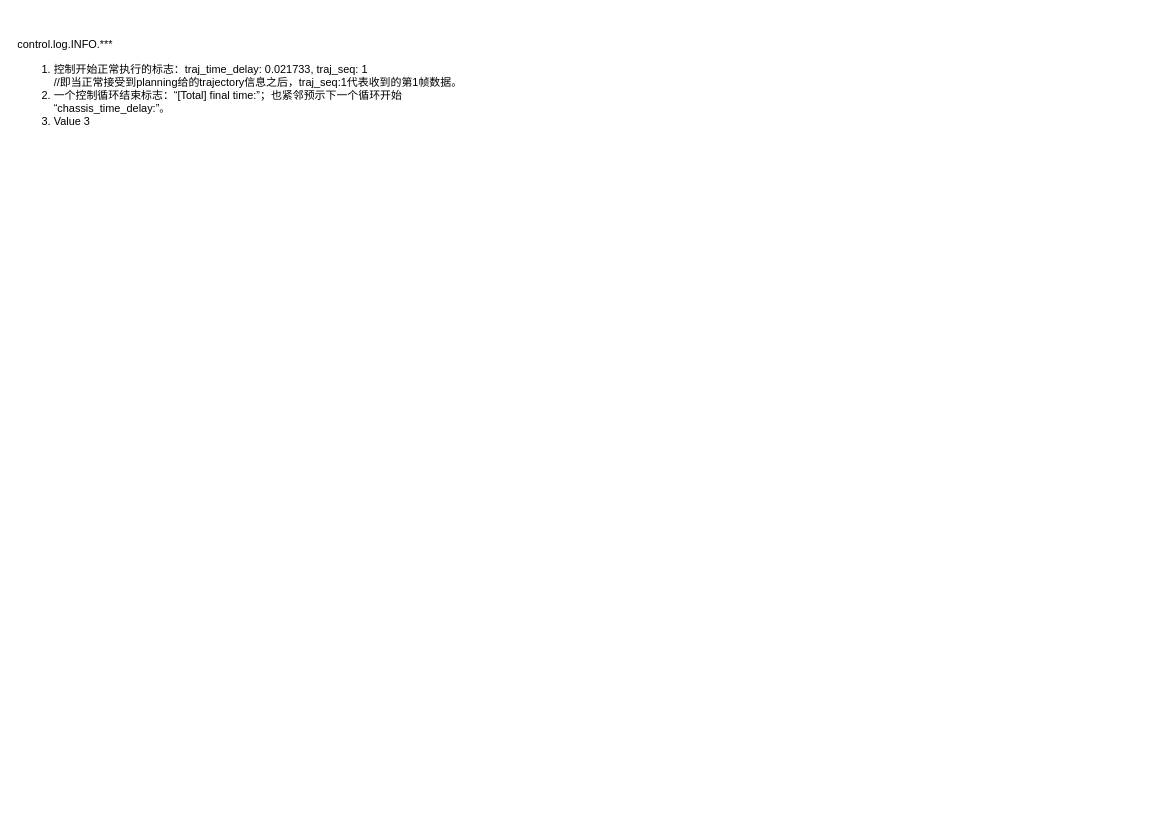
The draw.io diagram page "log analysis" (12 of 15) of neolix/control/controller_program_flow_chart.drawio in Gavinli-lgf/studyNotes, before the edit. Source tidied: cells renumbered, new cells numbered last; positions are measured from the earlier drawing's top-left corner, leaving out a move shared by most shapes. Both pictures are drawn from the tidied source at 91%, with x=0, y=0 at pixel (15, 15).
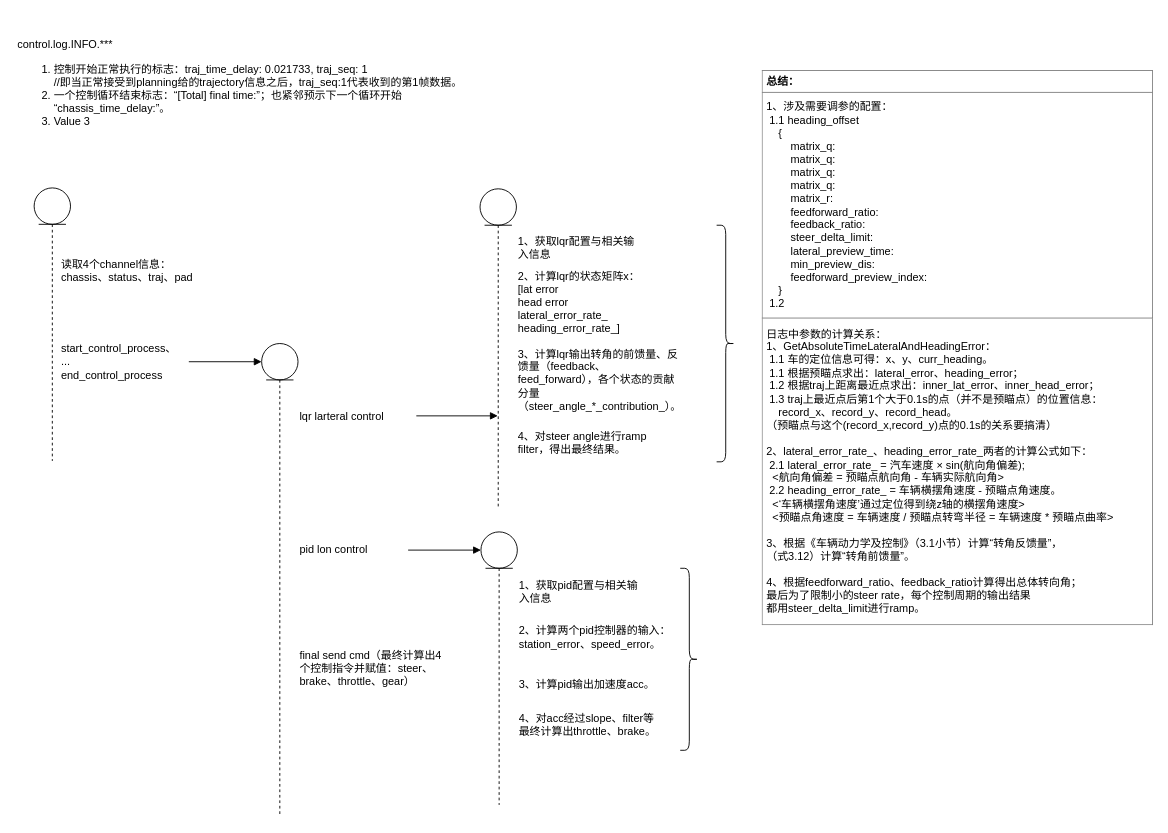
After the change.

The edit, as a diff of the source:
```diff
@@
+    <mxCell id="3" style="shape=umlLifeline;participant=umlEntity;perimeter=lifelinePerimeter;whiteSpace=wrap;html=1;verticalAlign=top;spacingTop=36;" parent="1" vertex="1">
+      <mxGeometry x="20" y="189" width="40" height="300" as="geometry" />
+    </mxCell>
+    <mxCell id="4" value="&lt;div align=&quot;left&quot;&gt;读取4个channel信息：&lt;/div&gt;&lt;div align=&quot;left&quot;&gt;chassis、status、traj、pad&lt;/div&gt;" style="text;html=1;strokeColor=none;fillColor=none;align=left;verticalAlign=middle;whiteSpace=wrap;rounded=0;" parent="1" vertex="1">
+      <mxGeometry x="48" y="260" width="170" height="40" as="geometry" />
+    </mxCell>
+    <mxCell id="5" value="&lt;div align=&quot;left&quot;&gt;start_control_process、&lt;/div&gt;&lt;div align=&quot;left&quot;&gt;...&lt;br&gt;&lt;/div&gt;&lt;div align=&quot;left&quot;&gt;end_control_process&lt;br&gt;&lt;/div&gt;" style="text;html=1;strokeColor=none;fillColor=none;align=left;verticalAlign=middle;whiteSpace=wrap;rounded=0;" parent="1" vertex="1">
+      <mxGeometry x="48" y="360" width="170" height="40" as="geometry" />
+    </mxCell>
+    <mxCell id="6" style="shape=umlLifeline;participant=umlEntity;perimeter=lifelinePerimeter;whiteSpace=wrap;html=1;verticalAlign=top;spacingTop=36;" parent="1" vertex="1">
+      <mxGeometry x="270" y="360" width="40" height="520" as="geometry" />
+    </mxCell>
+    <mxCell id="7" style="html=1;verticalAlign=bottom;endArrow=block;rounded=0;" parent="1" edge="1">
+      <mxGeometry relative="1" as="geometry">
+        <mxPoint x="190" y="380" as="sourcePoint" />
+        <mxPoint x="270" y="380" as="targetPoint" />
+      </mxGeometry>
+    </mxCell>
+    <mxCell id="8" value="&lt;div align=&quot;left&quot;&gt;lqr larteral control&lt;/div&gt;" style="text;html=1;strokeColor=none;fillColor=none;align=left;verticalAlign=middle;whiteSpace=wrap;rounded=0;" parent="1" vertex="1">
+      <mxGeometry x="310" y="420" width="120" height="40" as="geometry" />
+    </mxCell>
+    <mxCell id="9" value="&lt;div align=&quot;left&quot;&gt;pid lon control&lt;/div&gt;" style="text;html=1;strokeColor=none;fillColor=none;align=left;verticalAlign=middle;whiteSpace=wrap;rounded=0;" parent="1" vertex="1">
+      <mxGeometry x="310" y="567" width="100" height="40" as="geometry" />
+    </mxCell>
+    <mxCell id="10" style="shape=umlLifeline;participant=umlEntity;perimeter=lifelinePerimeter;whiteSpace=wrap;html=1;verticalAlign=top;spacingTop=36;" parent="1" vertex="1">
+      <mxGeometry x="511" y="567" width="40" height="300" as="geometry" />
+    </mxCell>
+    <mxCell id="11" style="html=1;verticalAlign=bottom;endArrow=block;rounded=0;" parent="1" edge="1">
+      <mxGeometry relative="1" as="geometry">
+        <mxPoint x="431" y="587" as="sourcePoint" />
+        <mxPoint x="511" y="587" as="targetPoint" />
+      </mxGeometry>
+    </mxCell>
+    <mxCell id="12" value="&lt;div align=&quot;left&quot;&gt;final send cmd（最终计算出4个控制指令并赋值：steer、brake、throttle、gear）&lt;/div&gt;" style="text;html=1;strokeColor=none;fillColor=none;align=left;verticalAlign=middle;whiteSpace=wrap;rounded=0;" parent="1" vertex="1">
+      <mxGeometry x="310" y="692" width="170" height="50" as="geometry" />
+    </mxCell>
+    <mxCell id="13" style="shape=umlLifeline;participant=umlEntity;perimeter=lifelinePerimeter;whiteSpace=wrap;html=1;verticalAlign=top;spacingTop=36;outlineConnect=0;" parent="1" vertex="1">
+      <mxGeometry x="510" y="190" width="40" height="350" as="geometry" />
+    </mxCell>
+    <mxCell id="14" style="html=1;verticalAlign=bottom;endArrow=block;rounded=0;" parent="1" edge="1" target="13">
+      <mxGeometry relative="1" as="geometry">
+        <mxPoint x="440" y="439.5" as="sourcePoint" />
+      </mxGeometry>
+    </mxCell>
+    <mxCell id="15" value="&lt;div align=&quot;left&quot;&gt;1、获取lqr配置与相关输入信息&lt;/div&gt;" style="text;html=1;strokeColor=none;fillColor=none;align=left;verticalAlign=middle;whiteSpace=wrap;rounded=0;" parent="1" vertex="1">
+      <mxGeometry x="550" y="240" width="140" height="30" as="geometry" />
+    </mxCell>
+    <mxCell id="16" value="&lt;div align=&quot;left&quot;&gt;2、计算lqr的状态矩阵x：&lt;/div&gt;&lt;div align=&quot;left&quot;&gt;[lat error&lt;/div&gt;&lt;div align=&quot;left&quot;&gt;head error&lt;/div&gt;&lt;div align=&quot;left&quot;&gt;lateral_error_rate_&lt;/div&gt;&lt;div align=&quot;left&quot;&gt;heading_error_rate_]&lt;/div&gt;" style="text;html=1;strokeColor=none;fillColor=none;align=left;verticalAlign=middle;whiteSpace=wrap;rounded=0;" parent="1" vertex="1">
+      <mxGeometry x="550" y="275" width="170" height="80" as="geometry" />
+    </mxCell>
+    <mxCell id="17" value="&lt;div align=&quot;left&quot;&gt;3、计算lqr输出转角的前馈量、反馈量（feedback、feed_forward），各个状态的贡献分量（steer_angle_*_contribution_）。&lt;/div&gt;" style="text;html=1;strokeColor=none;fillColor=none;align=left;verticalAlign=middle;whiteSpace=wrap;rounded=0;" parent="1" vertex="1">
+      <mxGeometry x="550" y="360" width="170" height="80" as="geometry" />
+    </mxCell>
+    <mxCell id="18" value="&lt;div align=&quot;left&quot;&gt;4、对steer angle进行ramp filter，得出最终结果。&lt;/div&gt;" style="text;html=1;strokeColor=none;fillColor=none;align=left;verticalAlign=middle;whiteSpace=wrap;rounded=0;" parent="1" vertex="1">
+      <mxGeometry x="550" y="449" width="160" height="40" as="geometry" />
+    </mxCell>
+    <mxCell id="19" value="&lt;div align=&quot;left&quot;&gt;1、获取pid配置与相关输入信息&lt;/div&gt;" style="text;html=1;strokeColor=none;fillColor=none;align=left;verticalAlign=middle;whiteSpace=wrap;rounded=0;" parent="1" vertex="1">
+      <mxGeometry x="551" y="618" width="140" height="30" as="geometry" />
+    </mxCell>
+    <mxCell id="20" value="&lt;div align=&quot;left&quot;&gt;2、计算两个pid控制器的输入：station_error、speed_error。&lt;/div&gt;" style="text;html=1;strokeColor=none;fillColor=none;align=left;verticalAlign=middle;whiteSpace=wrap;rounded=0;" parent="1" vertex="1">
+      <mxGeometry x="551" y="659" width="170" height="47" as="geometry" />
+    </mxCell>
+    <mxCell id="21" value="&lt;div align=&quot;left&quot;&gt;3、计算pid输出加速度acc。&lt;/div&gt;" style="text;html=1;strokeColor=none;fillColor=none;align=left;verticalAlign=middle;whiteSpace=wrap;rounded=0;" parent="1" vertex="1">
+      <mxGeometry x="551" y="720" width="170" height="30" as="geometry" />
+    </mxCell>
+    <mxCell id="22" value="&lt;div align=&quot;left&quot;&gt;4、对acc经过slope、filter等最终计算出throttle、brake。&lt;/div&gt;" style="text;html=1;strokeColor=none;fillColor=none;align=left;verticalAlign=middle;whiteSpace=wrap;rounded=0;" parent="1" vertex="1">
+      <mxGeometry x="551" y="759" width="160" height="40" as="geometry" />
+    </mxCell>
+    <mxCell id="23" style="shape=curlyBracket;whiteSpace=wrap;html=1;rounded=1;flipH=1;" parent="1" vertex="1">
+      <mxGeometry x="770" y="230" width="20" height="260" as="geometry" />
+    </mxCell>
+    <mxCell id="24" style="shape=curlyBracket;whiteSpace=wrap;html=1;rounded=1;flipH=1;" parent="1" vertex="1">
+      <mxGeometry x="730" y="607" width="20" height="200" as="geometry" />
+    </mxCell>
+    <mxCell id="25" value="&lt;table style=&quot;width: 100% ; height: 100% ; border-collapse: collapse&quot; width=&quot;100%&quot; cellpadding=&quot;4&quot; border=&quot;1&quot; align=&quot;left&quot;&gt;&lt;tbody&gt;&lt;tr&gt;&lt;th&gt;&lt;b&gt;总结：&lt;/b&gt;&lt;/th&gt;&lt;/tr&gt;&lt;tr&gt;&lt;td&gt;1、涉及需要调参的配置：&lt;br&gt;&amp;nbsp;1.1 heading_offset&lt;br&gt;&amp;nbsp;&amp;nbsp;&amp;nbsp; {&lt;br&gt;&amp;nbsp;&amp;nbsp;&amp;nbsp;&amp;nbsp;&amp;nbsp;&amp;nbsp;&amp;nbsp; matrix_q:&lt;br&gt;&amp;nbsp;&amp;nbsp;&amp;nbsp;&amp;nbsp;&amp;nbsp;&amp;nbsp;&amp;nbsp; matrix_q:&lt;br&gt;&amp;nbsp;&amp;nbsp;&amp;nbsp;&amp;nbsp;&amp;nbsp;&amp;nbsp;&amp;nbsp; matrix_q:&lt;br&gt;&amp;nbsp;&amp;nbsp;&amp;nbsp;&amp;nbsp;&amp;nbsp;&amp;nbsp;&amp;nbsp; matrix_q:&lt;br&gt;&amp;nbsp;&amp;nbsp;&amp;nbsp;&amp;nbsp;&amp;nbsp;&amp;nbsp;&amp;nbsp; matrix_r:&lt;br&gt;&amp;nbsp;&amp;nbsp;&amp;nbsp;&amp;nbsp;&amp;nbsp;&amp;nbsp;&amp;nbsp; feedforward_ratio:&lt;br&gt;&amp;nbsp;&amp;nbsp;&amp;nbsp;&amp;nbsp;&amp;nbsp;&amp;nbsp;&amp;nbsp; feedback_ratio:&lt;br&gt;&amp;nbsp;&amp;nbsp;&amp;nbsp;&amp;nbsp;&amp;nbsp;&amp;nbsp;&amp;nbsp; steer_delta_limit:&lt;br&gt;&amp;nbsp;&amp;nbsp;&amp;nbsp;&amp;nbsp;&amp;nbsp;&amp;nbsp;&amp;nbsp; lateral_preview_time:&lt;br&gt;&amp;nbsp;&amp;nbsp;&amp;nbsp;&amp;nbsp;&amp;nbsp;&amp;nbsp;&amp;nbsp; min_preview_dis:&lt;br&gt;&amp;nbsp;&amp;nbsp;&amp;nbsp;&amp;nbsp;&amp;nbsp;&amp;nbsp;&amp;nbsp; feedforward_preview_index:&lt;br&gt;&amp;nbsp;&amp;nbsp;&amp;nbsp; }&lt;br&gt;&amp;nbsp;1.2&lt;br&gt;&lt;/td&gt;&lt;/tr&gt;&lt;tr&gt;&lt;td&gt;日志中参数的计算关系：&lt;br&gt;1、GetAbsoluteTimeLateralAndHeadingError：&lt;br&gt;&amp;nbsp;1.1 车的定位信息可得：x、y、curr_heading。&lt;br&gt;&amp;nbsp;1.1 根据预瞄点求出：lateral_error、heading_error；&lt;br&gt;&amp;nbsp;1.2 根据traj上距离最近点求出：inner_lat_error、inner_head_error；&lt;br&gt;&amp;nbsp;1.3 traj上最近点后第1个大于0.1s的点（并不是预瞄点）的位置信息：&lt;br&gt;&amp;nbsp;&amp;nbsp;&amp;nbsp; record_x、record_y、record_head。&lt;br&gt;（预瞄点与这个(record_x,record_y)点的0.1s的关系要搞清）&lt;br&gt;&lt;br&gt;2、lateral_error_rate_、heading_error_rate_两者的计算公式如下：&lt;br&gt;&amp;nbsp;2.1 lateral_error_rate_ = 汽车速度 × sin(航向角偏差);&lt;br&gt;&amp;nbsp; &amp;lt;航向角偏差 = 预瞄点航向角 - 车辆实际航向角&amp;gt;&lt;br&gt;&amp;nbsp;2.2 heading_error_rate_ = 车辆横摆角速度 - 预瞄点角速度。&lt;br&gt;&amp;nbsp; &amp;lt;‘车辆横摆角速度’通过定位得到绕z轴的横摆角速度&amp;gt;&lt;br&gt;&amp;nbsp; &amp;lt;预瞄点角速度 = 车辆速度 / 预瞄点转弯半径 = 车辆速度 * 预瞄点曲率&amp;gt;&lt;br&gt;&lt;br&gt;3、根据《车辆动力学及控制》（3.1小节）计算“转角反馈量”，&lt;br&gt;（式3.12）计算“转角前馈量”。&lt;br&gt;&lt;br&gt;4、根据feedforward_ratio、feedback_ratio计算得出总体转向角；&lt;br&gt;最后为了限制小的steer rate，每个控制周期的输出结果&lt;br&gt;都用steer_delta_limit进行ramp。&lt;/td&gt;&lt;/tr&gt;&lt;/tbody&gt;&lt;/table&gt;" style="text;html=1;strokeColor=none;fillColor=none;overflow=fill;align=left;" parent="1" vertex="1">
+      <mxGeometry x="820" y="60" width="430" height="610" as="geometry" />
+    </mxCell>
```
